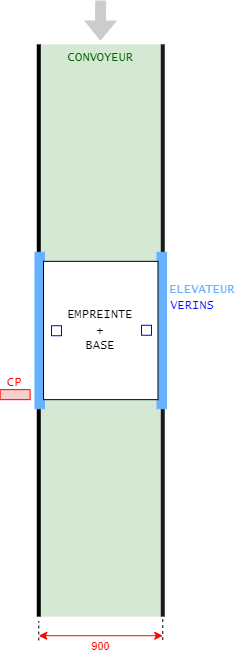
Before: installation-cv-principal.png, a diagram exported from draw.io (joriszuretti/esirem). Source tidied: cells renumbered, new cells last; positions are measured from the earlier drawing's top-left corner, leaving out a move shared by most shapes.
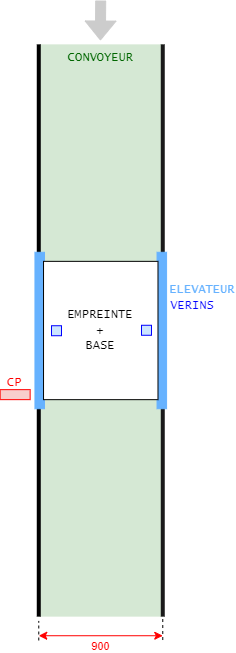
Above is the later version.

Commit message:
Mettre à jour installation-cv-principal.png

The edit, as a diff of the source:
```diff
@@ -63,10 +63,10 @@
         <mxPoint x="138.9" y="40" as="targetPoint" />
       </mxGeometry>
     </mxCell>
-    <mxCell id="17" style="rounded=0;whiteSpace=wrap;html=1;fillColor=#FFFFFF;strokeColor=#0000FF;verticalAlign=middle;" parent="1" vertex="1">
+    <mxCell id="17" style="rounded=0;whiteSpace=wrap;html=1;fillColor=#CCE5FF;strokeColor=#0000FF;verticalAlign=middle;" parent="1" vertex="1">
       <mxGeometry x="90" y="325.2" width="10" height="10" as="geometry" />
     </mxCell>
-    <mxCell id="18" style="rounded=0;whiteSpace=wrap;html=1;fillColor=#FFFFFF;strokeColor=#0000FF;verticalAlign=middle;" parent="1" vertex="1">
+    <mxCell id="18" style="rounded=0;whiteSpace=wrap;html=1;fillColor=#CCE5FF;strokeColor=#0000FF;verticalAlign=middle;" parent="1" vertex="1">
       <mxGeometry x="180" y="324.8" width="10" height="10" as="geometry" />
     </mxCell>
     <mxCell id="19" value="&lt;font face=&quot;Lucida Console&quot;&gt;VERINS&lt;/font&gt;" style="text;html=1;strokeColor=none;fillColor=none;align=center;verticalAlign=middle;whiteSpace=wrap;rounded=0;fontColor=#0000FF;" parent="1" vertex="1">
```
